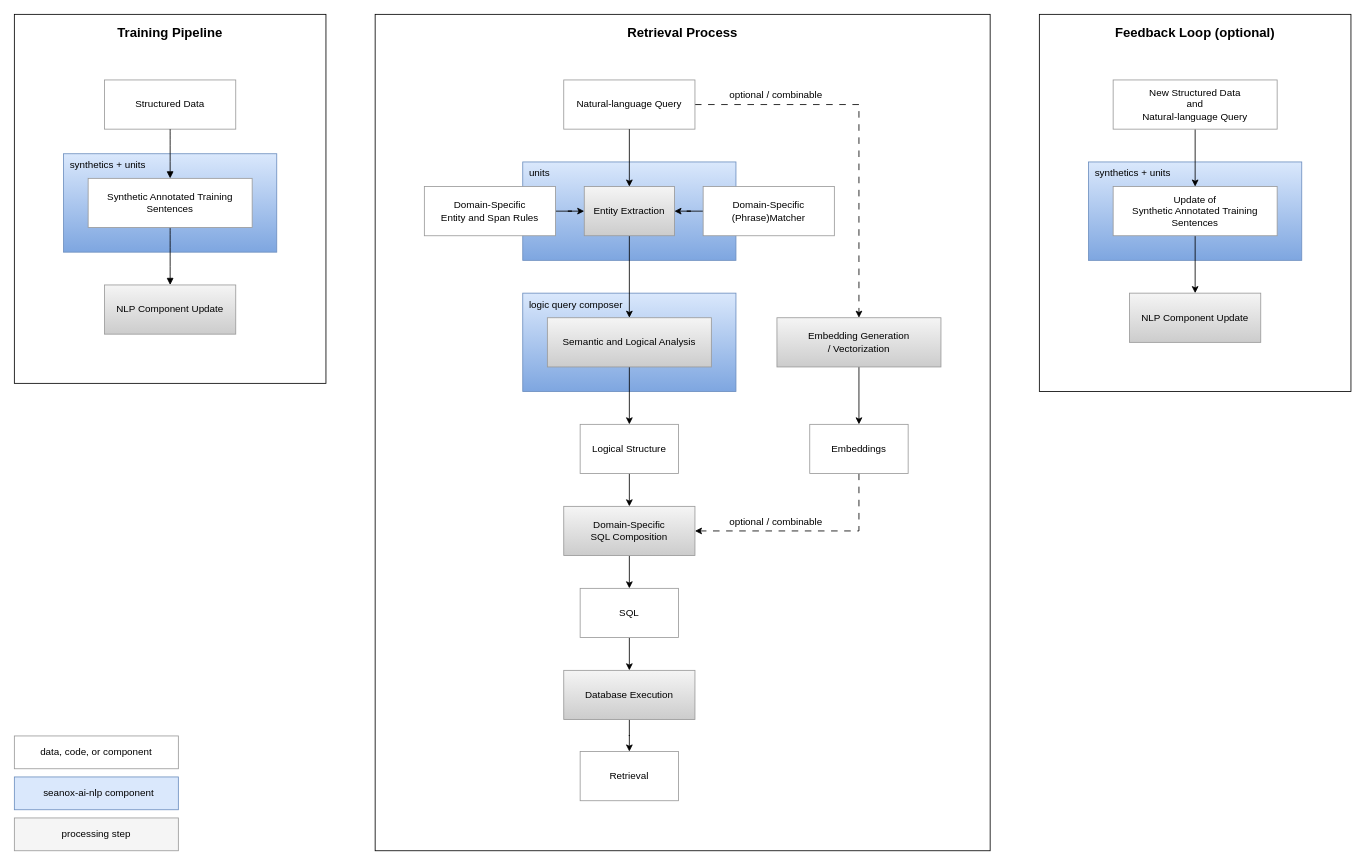
seanox/seanox-ai-nlp keeps this draw.io diagram as assets/retrieval-process.drawio. Above is the earlier version. Source tidied: cells renumbered, new cells numbered last; positions are measured from the earlier drawing's top-left corner, leaving out a move shared by most shapes. Both pictures are drawn from the tidied source at 82%, with x=0, y=0 at pixel (14, 14).
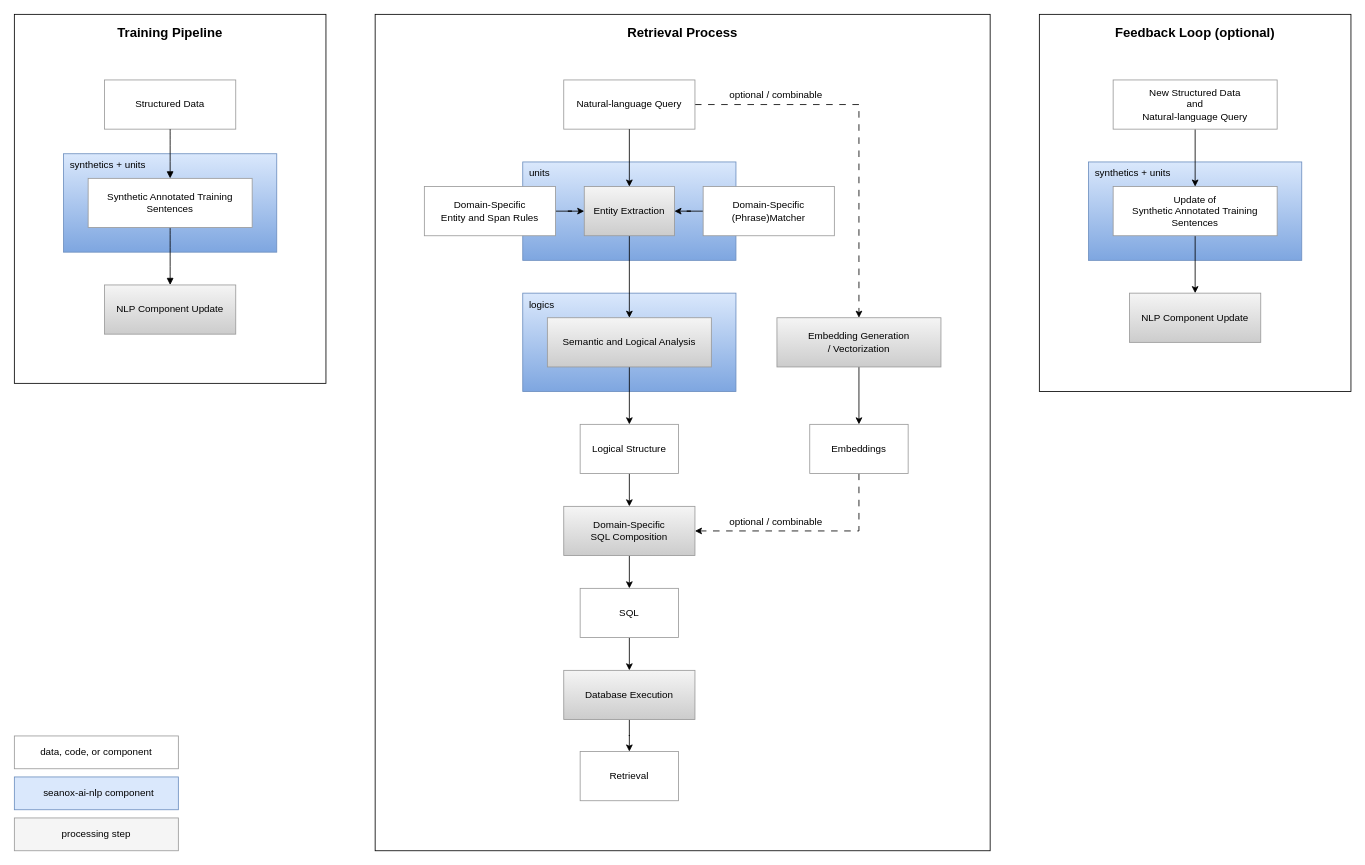
The same diagram, later.

What changed in the source:
```diff
@@
-    <mxCell id="5" value="logic query composer" style="whiteSpace=wrap;strokeWidth=1;fillColor=#dae8fc;gradientColor=#7ea6e0;strokeColor=#6c8ebf;verticalAlign=top;align=left;spacingLeft=6;" parent="1" vertex="1">
+    <mxCell id="5" value="logics" style="whiteSpace=wrap;strokeWidth=1;fillColor=#dae8fc;gradientColor=#7ea6e0;strokeColor=#6c8ebf;verticalAlign=top;align=left;spacingLeft=6;" parent="1" vertex="1">
       <mxGeometry x="620" y="340" width="260" height="120" as="geometry" />
     </mxCell>
```
